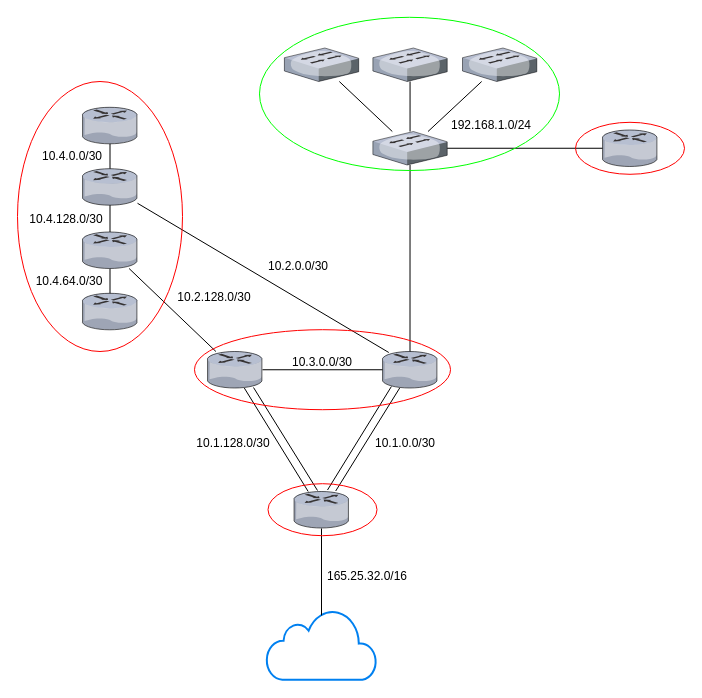
Above: img/sketch.drawio in pieter2501/NetworkNarcotic (draw.io), before the change. Source tidied: cells renumbered, new cells numbered last; positions are measured from the earlier drawing's top-left corner, leaving out a move shared by most shapes. Both pictures are drawn from the tidied source at 100%, with x=0, y=0 at pixel (17, 17).
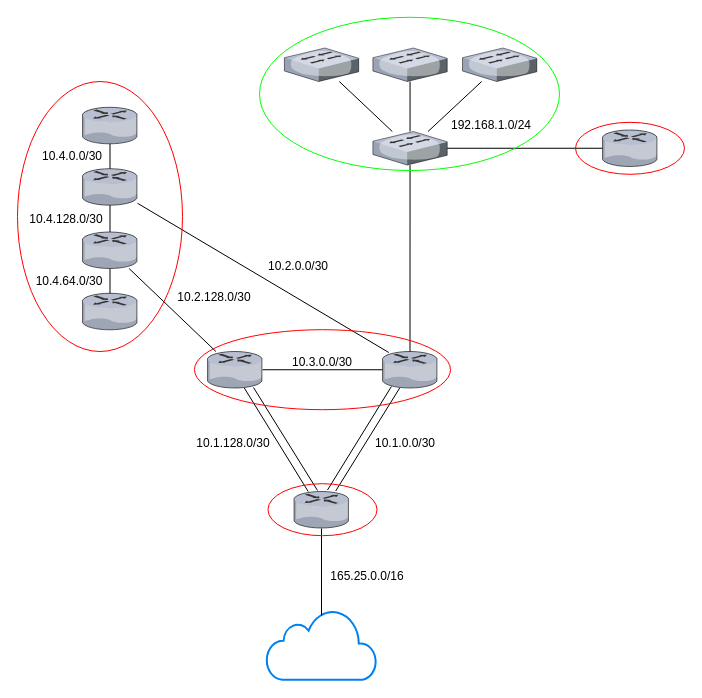
Above is the later version.

Diff of the diagram source:
```diff
@@
-    <mxCell id="27" value="165.25.32.0/16" style="text;html=1;strokeColor=none;fillColor=none;align=center;verticalAlign=middle;whiteSpace=wrap;rounded=0;" parent="1" vertex="1">
+    <mxCell id="27" value="165.25.0.0/16" style="text;html=1;strokeColor=none;fillColor=none;align=center;verticalAlign=middle;whiteSpace=wrap;rounded=0;" parent="1" vertex="1">
       <mxGeometry x="320" y="544" width="60" height="30" as="geometry" />
     </mxCell>
```
